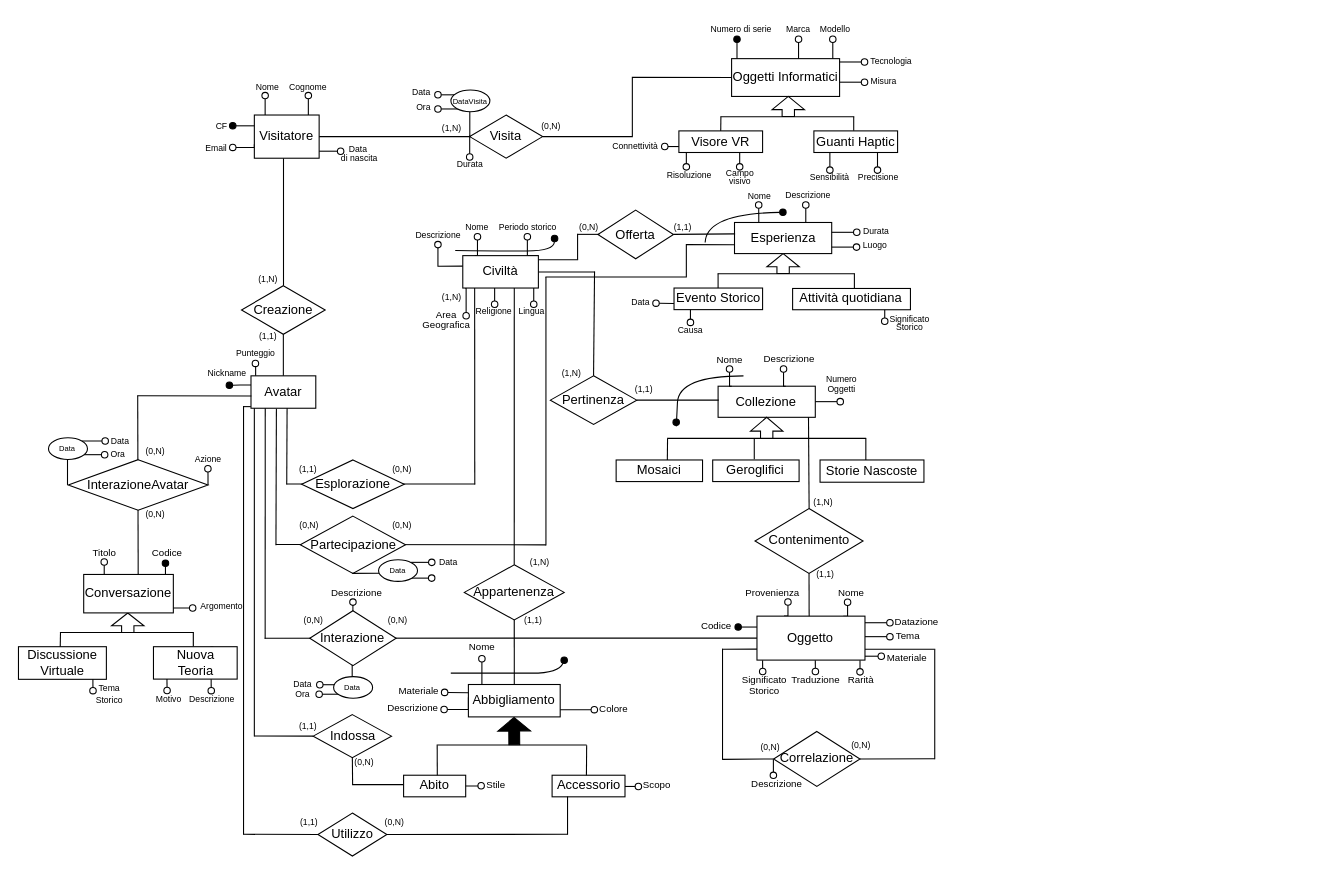
Earlier version of the draw.io diagram WP1/ER canonico.drawio (pnocerino/BasiDiDati). Source tidied: cells renumbered, new cells numbered last; positions are measured from the earlier drawing's top-left corner, leaving out a move shared by most shapes. Both pictures are drawn from the tidied source at 108%, with x=0, y=0 at pixel (18, 17).
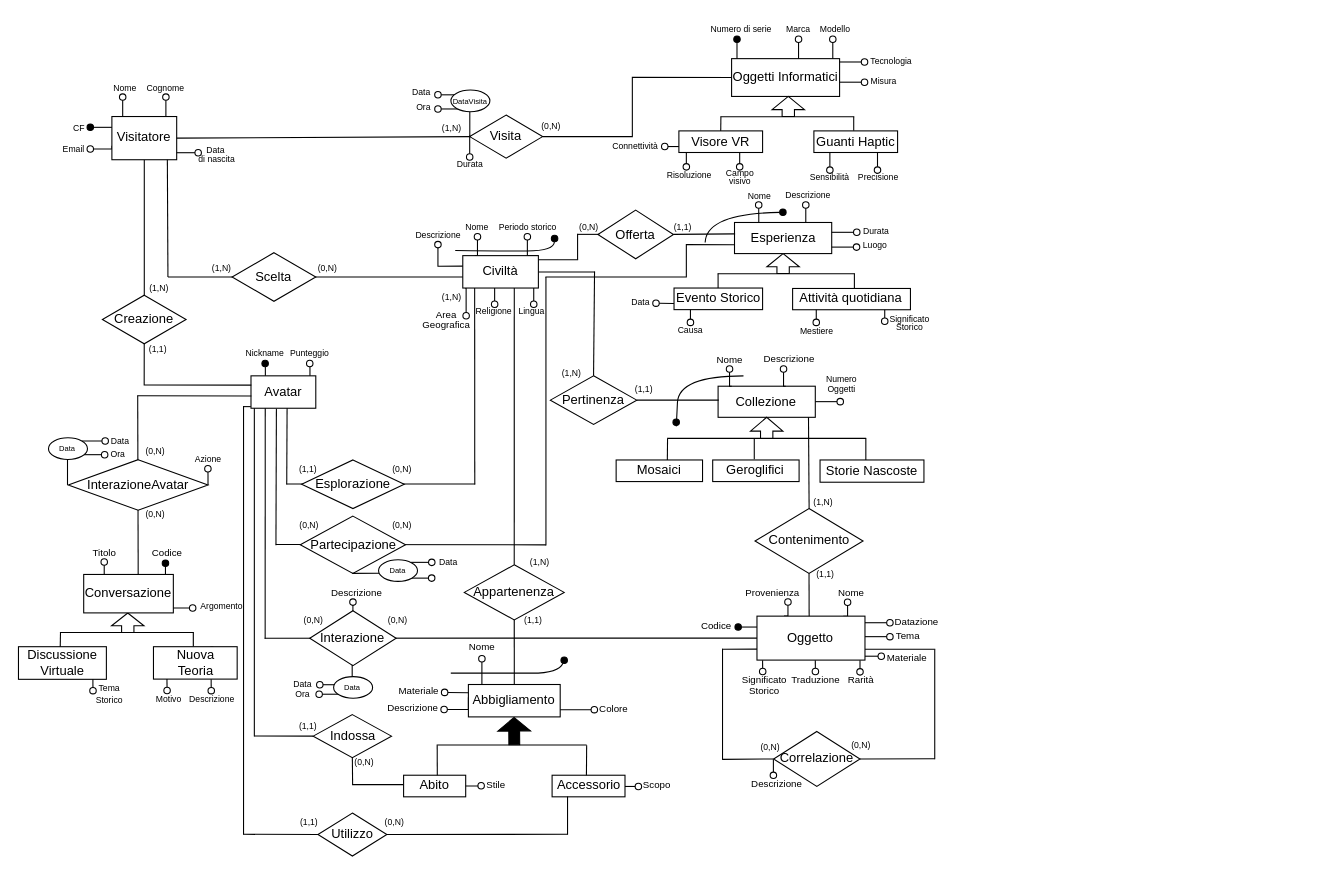
Above is the later version.

Unchanged cells that the change refers to:
```xml
<mxCell id="11" value="Avatar" style="whiteSpace=wrap;html=1;align=center;" parent="1" vertex="1">
  <mxGeometry x="214.9" y="331.5" width="60" height="30" as="geometry" />
</mxCell>
```

Change to the diagram source:
```diff
@@
     <mxCell id="2" style="edgeStyle=orthogonalEdgeStyle;rounded=0;jettySize=auto;html=1;endArrow=none;endFill=0;" parent="1" edge="1" source="4" target="12">
       <mxGeometry relative="1" as="geometry">
         <Array as="points">
-          <mxPoint x="245" y="160" />
-          <mxPoint x="245" y="160" />
+          <mxPoint x="128" y="111.4" />
+          <mxPoint x="128" y="279.2" />
         </Array>
       </mxGeometry>
     </mxCell>
     <mxCell id="3" style="edgeStyle=orthogonalEdgeStyle;rounded=0;orthogonalLoop=1;jettySize=auto;html=1;exitX=0;exitY=0.5;exitDx=0;exitDy=0;endArrow=oval;endFill=0;" parent="1" edge="1">
       <mxGeometry relative="1" as="geometry">
-        <mxPoint x="218" y="117.1" as="sourcePoint" />
-        <mxPoint x="198" y="120" as="targetPoint" />
+        <mxPoint x="86.1" y="118.5" as="sourcePoint" />
+        <mxPoint x="66.1" y="121.4" as="targetPoint" />
         <Array as="points">
-          <mxPoint x="218" y="120" />
+          <mxPoint x="86.1" y="121.4" />
         </Array>
       </mxGeometry>
     </mxCell>
     <mxCell id="4" value="Visitatore" style="whiteSpace=wrap;html=1;align=center;" parent="1" vertex="1">
-      <mxGeometry x="218" y="90" width="60" height="40" as="geometry" />
+      <mxGeometry x="86.1" y="91.4" width="60" height="40" as="geometry" />
     </mxCell>
@@
     <mxCell id="12" value="Creazione" style="shape=rhombus;perimeter=rhombusPerimeter;whiteSpace=wrap;html=1;align=center;" parent="1" vertex="1">
-      <mxGeometry x="206.1" y="248" width="77.5" height="45" as="geometry" />
+      <mxGeometry x="77.3" y="256.8" width="77.5" height="45" as="geometry" />
     </mxCell>
@@
     <mxCell id="15" value="&lt;font style=&quot;font-size: 8px;&quot;&gt;Nome&lt;/font&gt;" style="text;html=1;align=center;verticalAlign=middle;whiteSpace=wrap;rounded=0;" parent="1" vertex="1">
-      <mxGeometry x="218" y="57.5" width="25" height="10" as="geometry" />
+      <mxGeometry x="86.1" y="58.9" width="25" height="10" as="geometry" />
     </mxCell>
     <mxCell id="16" value="&lt;font style=&quot;font-size: 8px;&quot;&gt;Cognome&lt;/font&gt;" style="text;html=1;align=center;verticalAlign=middle;whiteSpace=wrap;rounded=0;" parent="1" vertex="1">
-      <mxGeometry x="238" y="47.5" width="60" height="30" as="geometry" />
+      <mxGeometry x="106.1" y="48.9" width="60" height="30" as="geometry" />
     </mxCell>
@@
     <mxCell id="22" value="&lt;font style=&quot;font-size: 8px;&quot;&gt;Punteggio&lt;/font&gt;" style="text;html=1;align=center;verticalAlign=middle;whiteSpace=wrap;rounded=1;strokeColor=none;" parent="1" vertex="1">
-      <mxGeometry x="195" y="298" width="49" height="23" as="geometry" />
+      <mxGeometry x="244.5" y="298.5" width="49" height="23" as="geometry" />
     </mxCell>
@@
     <mxCell id="43" value="&lt;font style=&quot;font-size: 8px;&quot;&gt;(1,N)&lt;/font&gt;" style="text;html=1;align=center;verticalAlign=middle;whiteSpace=wrap;rounded=1;strokeColor=none;glass=0;" parent="1" vertex="1">
-      <mxGeometry x="206.1" y="233" width="50" height="15" as="geometry" />
+      <mxGeometry x="104.8" y="241.8" width="50" height="15" as="geometry" />
     </mxCell>
     <mxCell id="44" value="&lt;font style=&quot;font-size: 8px;&quot;&gt;(1,1)&lt;/font&gt;" style="text;html=1;align=center;verticalAlign=middle;whiteSpace=wrap;rounded=1;strokeColor=none;glass=0;" parent="1" vertex="1">
-      <mxGeometry x="205.5" y="286.1" width="50" height="15" as="geometry" />
+      <mxGeometry x="104.2" y="298" width="50" height="15" as="geometry" />
     </mxCell>
@@
     <mxCell id="57" value="&lt;font style=&quot;font-size: 8px;&quot;&gt;CF&lt;/font&gt;" style="text;html=1;align=center;verticalAlign=middle;whiteSpace=wrap;rounded=0;" parent="1" vertex="1">
-      <mxGeometry x="178" y="94.4" width="20" height="10" as="geometry" />
+      <mxGeometry x="46.1" y="95.8" width="20" height="10" as="geometry" />
     </mxCell>
     <mxCell id="58" style="edgeStyle=orthogonalEdgeStyle;rounded=0;orthogonalLoop=1;jettySize=auto;html=1;exitX=0;exitY=0;exitDx=0;exitDy=0;endArrow=oval;endFill=0;" parent="1" edge="1">
       <mxGeometry relative="1" as="geometry">
-        <mxPoint x="228" y="90" as="sourcePoint" />
-        <mxPoint x="228" y="72" as="targetPoint" />
+        <mxPoint x="96.1" y="91.4" as="sourcePoint" />
+        <mxPoint x="96.1" y="73.4" as="targetPoint" />
       </mxGeometry>
     </mxCell>
     <mxCell id="59" style="edgeStyle=orthogonalEdgeStyle;rounded=0;orthogonalLoop=1;jettySize=auto;html=1;exitX=0;exitY=0;exitDx=0;exitDy=0;endArrow=oval;endFill=0;" parent="1" edge="1">
       <mxGeometry relative="1" as="geometry">
-        <mxPoint x="268" y="90" as="sourcePoint" />
-        <mxPoint x="268" y="72" as="targetPoint" />
+        <mxPoint x="136.1" y="91.4" as="sourcePoint" />
+        <mxPoint x="136.1" y="73.4" as="targetPoint" />
       </mxGeometry>
     </mxCell>
     <mxCell id="60" value="&lt;font style=&quot;font-size: 8px;&quot;&gt;Email&lt;/font&gt;" style="text;html=1;align=center;verticalAlign=middle;whiteSpace=wrap;rounded=0;" parent="1" vertex="1">
-      <mxGeometry x="168" y="116" width="30" height="7" as="geometry" />
+      <mxGeometry x="36.1" y="117.4" width="30" height="7" as="geometry" />
     </mxCell>
     <mxCell id="61" style="edgeStyle=orthogonalEdgeStyle;rounded=0;jettySize=auto;html=1;exitX=0;exitY=0.25;exitDx=0;exitDy=0;endArrow=oval;endFill=1;" parent="1" edge="1" source="4">
       <mxGeometry relative="1" as="geometry">
-        <mxPoint x="198" y="100" as="targetPoint" />
+        <mxPoint x="66.1" y="101.4" as="targetPoint" />
       </mxGeometry>
     </mxCell>
-    <mxCell id="62" style="edgeStyle=orthogonalEdgeStyle;rounded=0;orthogonalLoop=1;jettySize=auto;html=1;exitX=0;exitY=0.25;exitDx=0;exitDy=0;endArrow=oval;endFill=1;" parent="1" edge="1">
-      <mxGeometry relative="1" as="geometry">
-        <mxPoint x="214.9" y="340" as="sourcePoint" />
-        <mxPoint x="194.9" y="340.2" as="targetPoint" />
-        <Array as="points">
-          <mxPoint x="204.9" y="340.2" />
-        </Array>
-      </mxGeometry>
-    </mxCell>
     <mxCell id="63" value="&lt;font style=&quot;font-size: 8px;&quot;&gt;Nickname&lt;/font&gt;" style="text;html=1;align=center;verticalAlign=middle;whiteSpace=wrap;rounded=1;strokeColor=none;" parent="1" vertex="1">
-      <mxGeometry x="178" y="316.5" width="30" height="23.5" as="geometry" />
+      <mxGeometry x="213" y="298" width="30" height="23.5" as="geometry" />
     </mxCell>
@@
     <mxCell id="136" style="edgeStyle=orthogonalEdgeStyle;rounded=0;orthogonalLoop=1;jettySize=auto;html=1;exitX=1;exitY=0.5;exitDx=0;exitDy=0;endArrow=oval;endFill=0;" parent="1" edge="1">
       <mxGeometry relative="1" as="geometry">
-        <mxPoint x="278" y="123.5" as="sourcePoint" />
-        <mxPoint x="297.9" y="123.5" as="targetPoint" />
+        <mxPoint x="146.1" y="124.9" as="sourcePoint" />
+        <mxPoint x="166" y="124.9" as="targetPoint" />
         <Array as="points">
-          <mxPoint x="292.9" y="123.5" />
+          <mxPoint x="161" y="124.9" />
         </Array>
       </mxGeometry>
     </mxCell>
     <mxCell id="137" value="&lt;span style=&quot;font-size: 8px;&quot;&gt;Data&amp;nbsp;&lt;/span&gt;&lt;div style=&quot;line-height: 20%;&quot;&gt;&lt;span style=&quot;font-size: 8px;&quot;&gt;di nascita&lt;/span&gt;&lt;/div&gt;" style="text;html=1;align=center;verticalAlign=middle;whiteSpace=wrap;rounded=1;strokeColor=none;" parent="1" vertex="1">
-      <mxGeometry x="297" y="112" width="37" height="21" as="geometry" />
+      <mxGeometry x="165.1" y="113.4" width="37" height="21" as="geometry" />
     </mxCell>
-    <mxCell id="138" style="edgeStyle=orthogonalEdgeStyle;rounded=0;orthogonalLoop=1;jettySize=auto;html=1;exitX=0.152;exitY=-0.053;exitDx=0;exitDy=0;endArrow=oval;endFill=0;exitPerimeter=0;" parent="1" edge="1">
+    <mxCell id="138" style="edgeStyle=orthogonalEdgeStyle;rounded=0;orthogonalLoop=1;jettySize=auto;html=1;exitX=0.152;exitY=-0.053;exitDx=0;exitDy=0;endArrow=oval;endFill=1;exitPerimeter=0;" parent="1" edge="1">
       <mxGeometry relative="1" as="geometry">
-        <mxPoint x="219.2" y="331.4" as="sourcePoint" />
-        <mxPoint x="219" y="320" as="targetPoint" />
+        <mxPoint x="228.2" y="331.5" as="sourcePoint" />
+        <mxPoint x="228" y="320.1" as="targetPoint" />
         <Array as="points">
-          <mxPoint x="219.2" y="324" />
+          <mxPoint x="228.2" y="324.1" />
         </Array>
       </mxGeometry>
     </mxCell>
@@
-    <mxCell id="145" style="endArrow=none;html=1;rounded=0;entryX=0.5;entryY=1;entryDx=0;entryDy=0;" parent="1" edge="1" source="11" target="12">
-      <mxGeometry relative="1" as="geometry" />
+    <mxCell id="145" style="endArrow=none;html=1;rounded=0;entryX=0.5;entryY=1;entryDx=0;entryDy=0;exitX=0.005;exitY=0.286;exitDx=0;exitDy=0;exitPerimeter=0;" parent="1" edge="1" source="11" target="12">
+      <mxGeometry relative="1" as="geometry">
+        <Array as="points">
+          <mxPoint x="116" y="340" />
+        </Array>
+      </mxGeometry>
     </mxCell>
@@
-    <mxCell id="229" value="Attività quotidiana" style="whiteSpace=wrap;html=1;align=center;" parent="1" vertex="1">
-      <mxGeometry x="716.4" y="250.6" width="109.1" height="19.7" as="geometry" />
-    </mxCell>
@@
-    <mxCell id="256" value="Civiltà" style="whiteSpace=wrap;html=1;align=center;" parent="1" vertex="1">
-      <mxGeometry x="411" y="220.2" width="70" height="30" as="geometry" />
-    </mxCell>
@@
+    <mxCell id="275" style="edgeStyle=orthogonalEdgeStyle;rounded=0;orthogonalLoop=1;jettySize=auto;html=1;exitX=0.152;exitY=-0.053;exitDx=0;exitDy=0;endArrow=oval;endFill=0;exitPerimeter=0;" parent="1" edge="1">
+      <mxGeometry relative="1" as="geometry">
+        <mxPoint x="269.5" y="331.5" as="sourcePoint" />
+        <mxPoint x="269.3" y="320.1" as="targetPoint" />
+        <Array as="points">
+          <mxPoint x="269.5" y="324.1" />
+        </Array>
+      </mxGeometry>
+    </mxCell>
+    <mxCell id="276" style="endArrow=none;html=1;rounded=0;entryX=0.856;entryY=1.003;entryDx=0;entryDy=0;entryPerimeter=0;" parent="1" edge="1" target="4">
+      <mxGeometry relative="1" as="geometry">
+        <mxPoint x="138" y="240" as="sourcePoint" />
+      </mxGeometry>
+    </mxCell>
+    <mxCell id="277" style="endArrow=none;html=1;rounded=0;entryX=0.023;entryY=0.662;entryDx=0;entryDy=0;entryPerimeter=0;" parent="1" edge="1" target="256">
+      <mxGeometry relative="1" as="geometry">
+        <mxPoint x="138" y="240" as="sourcePoint" />
+      </mxGeometry>
+    </mxCell>
+    <mxCell id="256" value="Civiltà" style="whiteSpace=wrap;html=1;align=center;" parent="1" vertex="1">
+      <mxGeometry x="411" y="220.2" width="70" height="30" as="geometry" />
+    </mxCell>
+    <mxCell id="278" value="Scelta" style="shape=rhombus;perimeter=rhombusPerimeter;whiteSpace=wrap;html=1;align=center;" parent="1" vertex="1">
+      <mxGeometry x="197.4" y="217.5" width="77.5" height="45" as="geometry" />
+    </mxCell>
+    <mxCell id="279" value="&lt;font style=&quot;font-size: 8px;&quot;&gt;(1,N)&lt;/font&gt;" style="text;html=1;align=center;verticalAlign=middle;whiteSpace=wrap;rounded=1;strokeColor=none;glass=0;" parent="1" vertex="1">
+      <mxGeometry x="163" y="223.1" width="50" height="15" as="geometry" />
+    </mxCell>
+    <mxCell id="280" value="&lt;font style=&quot;font-size: 8px;&quot;&gt;(0,N)&lt;/font&gt;" style="text;html=1;align=center;verticalAlign=middle;whiteSpace=wrap;rounded=1;strokeColor=none;glass=0;" parent="1" vertex="1">
+      <mxGeometry x="260.5" y="223.1" width="50" height="15" as="geometry" />
+    </mxCell>
+    <mxCell id="281" style="edgeStyle=orthogonalEdgeStyle;rounded=0;orthogonalLoop=1;jettySize=auto;html=1;exitX=0.75;exitY=0;exitDx=0;exitDy=0;endArrow=oval;endFill=0;" parent="1" edge="1">
+      <mxGeometry relative="1" as="geometry">
+        <mxPoint x="736.9" y="265.2" as="sourcePoint" />
+        <mxPoint x="738.3" y="282" as="targetPoint" />
+      </mxGeometry>
+    </mxCell>
+    <mxCell id="282" value="&lt;span style=&quot;font-size: 8px;&quot;&gt;Mestiere&lt;/span&gt;" style="text;html=1;align=center;verticalAlign=middle;whiteSpace=wrap;rounded=1;strokeColor=none;" parent="1" vertex="1">
+      <mxGeometry x="718.8" y="278.5" width="40" height="20" as="geometry" />
+    </mxCell>
+    <mxCell id="229" value="Attività quotidiana" style="whiteSpace=wrap;html=1;align=center;" parent="1" vertex="1">
+      <mxGeometry x="716.4" y="250.6" width="109.1" height="19.7" as="geometry" />
+    </mxCell>
```
